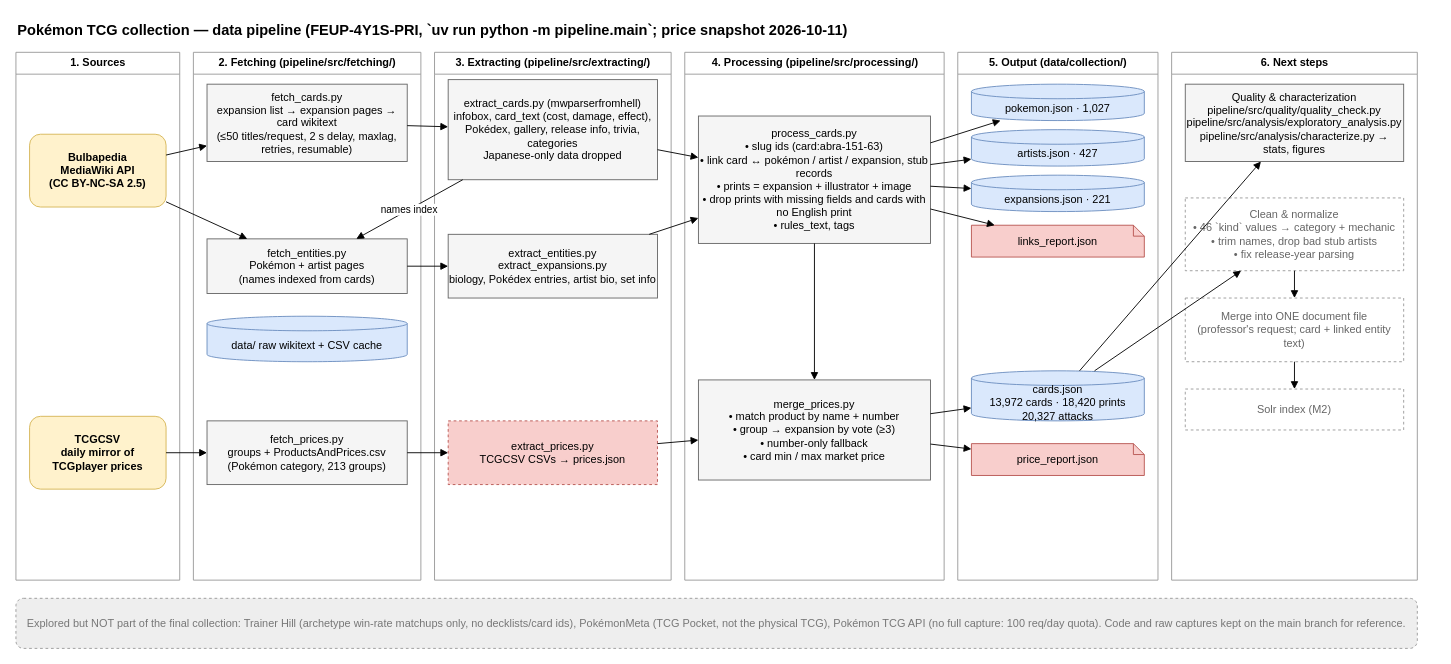
atfas/FEUP-4Y1S-PRI keeps this draw.io diagram as page "Pipeline (actual)" (1 of 2) of diagrams/PRI.drawio. Above is the earlier version. Source tidied: cells renumbered, new cells numbered last; positions are measured from the earlier drawing's top-left corner, leaving out a move shared by most shapes. Both pictures are drawn from the tidied source at 91%, with x=0, y=0 at pixel (15, 15).
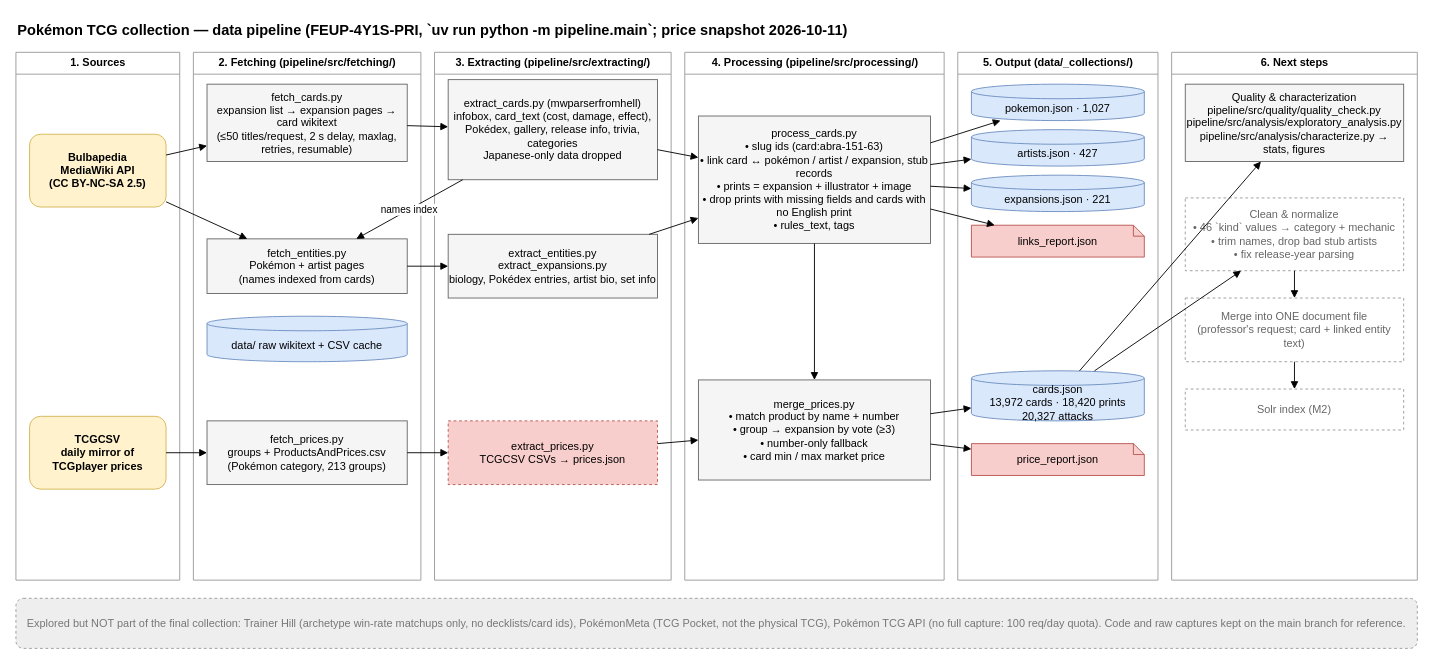
Above is the later version.

Commit message (it also covers changes not shown here):
chore: prefix generated data directories with underscore

Change to the diagram source:
```diff
@@
-    <mxCell id="7" value="5. Output (data/collection/)" style="swimlane;startSize=24;html=1;fillColor=none;strokeColor=#999999;fontStyle=1;" parent="1" vertex="1">
+    <mxCell id="7" value="5. Output (data/_collections/)" style="swimlane;startSize=24;html=1;fillColor=none;strokeColor=#999999;fontStyle=1;" parent="1" vertex="1">
       <mxGeometry x="1035" y="40" width="220" height="580" as="geometry" />
     </mxCell>
```
